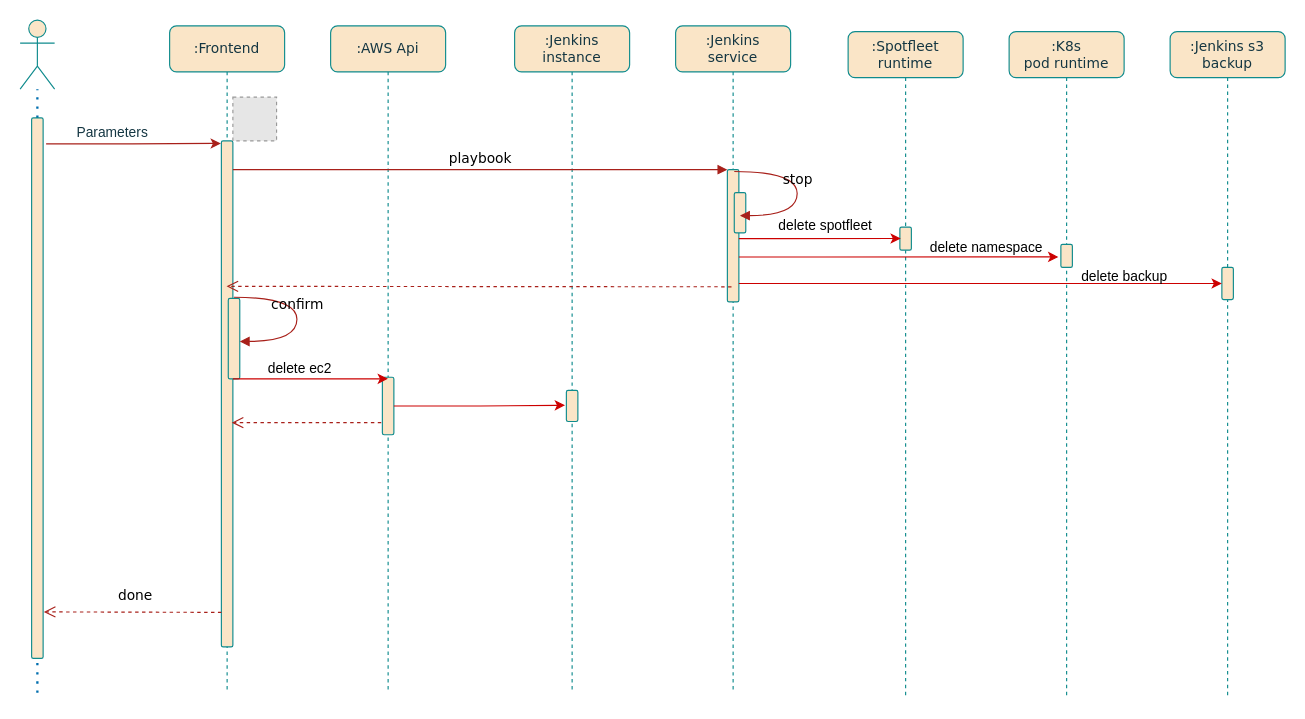
Earlier version of the draw.io diagram jenkins_master_delete.drawio (jiangtao7/draw.io). Source tidied: cells renumbered, new cells numbered last; positions are measured from the earlier drawing's top-left corner, leaving out a move shared by most shapes. Both pictures are drawn from the tidied source at 115%, with x=0, y=0 at pixel (20, 20). Pictures stored in the file or linked from it are replaced by grey dashed boxes.
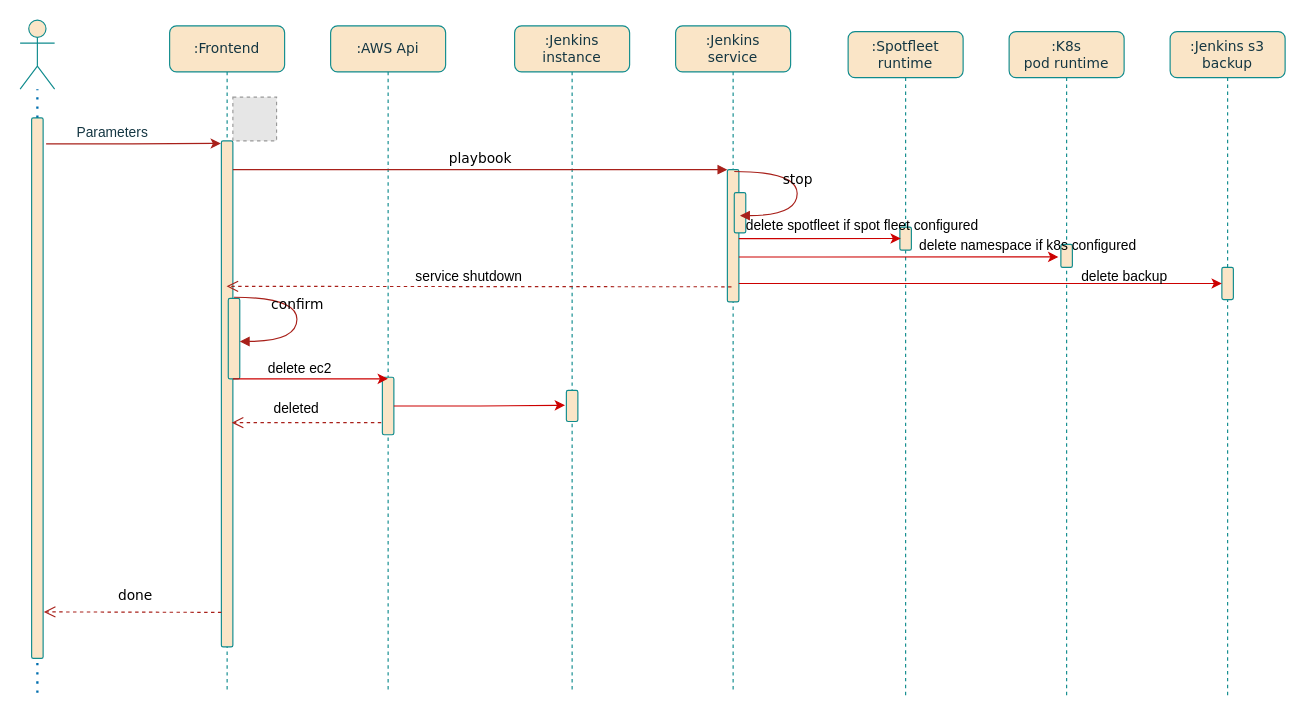
Above is the later version.

What changed in the source:
```diff
@@
-    <mxCell id="33" value="delete spotfleet" style="text;html=1;align=center;verticalAlign=middle;strokeColor=none;fillColor=none;" parent="1" vertex="1">
-      <mxGeometry x="650" y="164" width="100" height="30" as="geometry" />
+    <mxCell id="33" value="delete spotfleet if spot fleet configured" style="text;html=1;align=center;verticalAlign=middle;strokeColor=none;fillColor=none;" parent="1" vertex="1">
+      <mxGeometry x="617" y="164" width="230" height="30" as="geometry" />
     </mxCell>
-    <mxCell id="34" value="delete namespace" style="text;html=1;align=center;verticalAlign=middle;strokeColor=none;fillColor=none;" parent="1" vertex="1">
-      <mxGeometry x="780" y="183" width="120" height="30" as="geometry" />
+    <mxCell id="34" value="delete namespace if k8s configured" style="text;html=1;align=center;verticalAlign=middle;strokeColor=none;fillColor=none;" parent="1" vertex="1">
+      <mxGeometry x="771" y="181" width="210" height="30" as="geometry" />
     </mxCell>
@@
+    <mxCell id="40" value="service shutdown" style="text;html=1;align=center;verticalAlign=middle;strokeColor=none;fillColor=none;" parent="1" vertex="1">
+      <mxGeometry x="330" y="208" width="120" height="30" as="geometry" />
+    </mxCell>
+    <mxCell id="41" value="deleted" style="text;html=1;align=center;verticalAlign=middle;strokeColor=none;fillColor=none;" parent="1" vertex="1">
+      <mxGeometry x="210" y="323" width="60" height="30" as="geometry" />
+    </mxCell>
```
